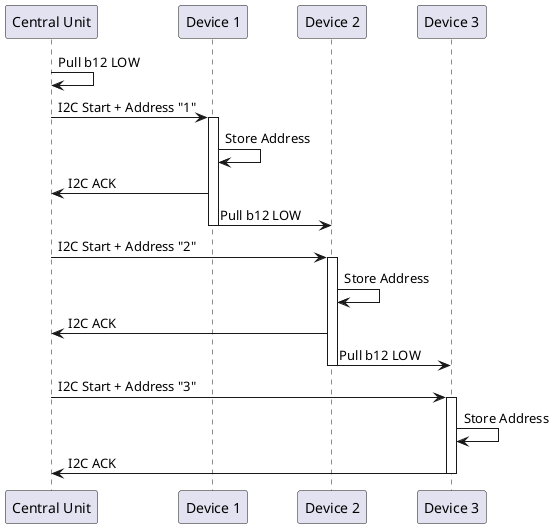
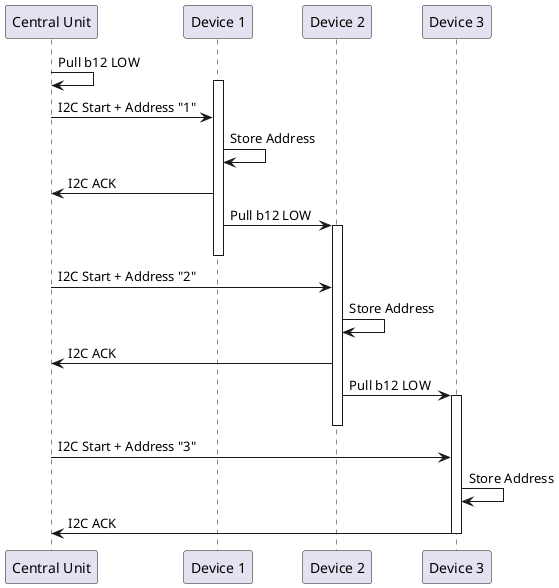
@startuml
participant "Central Unit" as CU
participant "Device 1" as D1
participant "Device 2" as D2
participant "Device 3" as D3

CU -> CU: Pull b12 LOW
+ activate D1
CU -> D1: I2C Start + Address "1"
- activate D1
D1 -> D1: Store Address
D1 -> CU: I2C ACK
D1 -> D2: Pull b12 LOW
+ activate D2
deactivate D1

CU -> D2: I2C Start + Address "2"
- activate D2
D2 -> D2: Store Address
D2 -> CU: I2C ACK
D2 -> D3: Pull b12 LOW
+ activate D3
deactivate D2

CU -> D3: I2C Start + Address "3"
- activate D3
D3 -> D3: Store Address
D3 -> CU: I2C ACK
deactivate D3

@enduml
